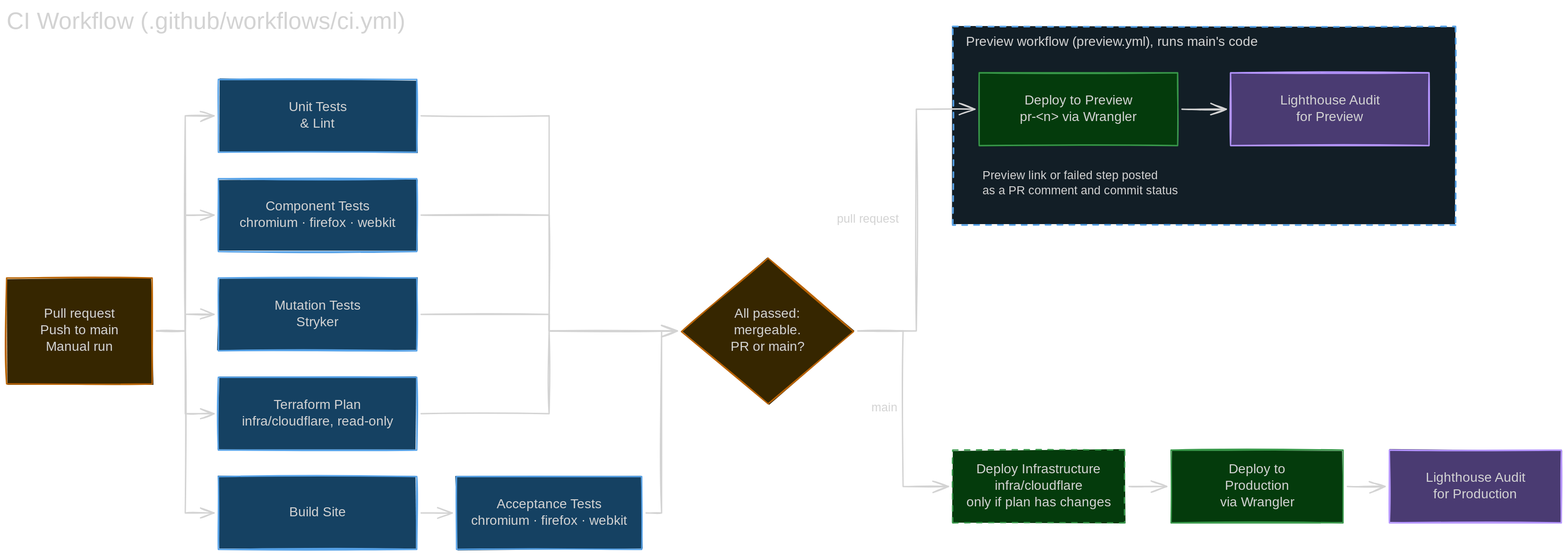
The Excalidraw diagram docs/ci-flow.svg in nikoheikkila/nikoheikkila.fi, before a commit. Source tidied: one line per element, renumbered; positions are measured from the earlier drawing's top-left corner, leaving out a move shared by most shapes.
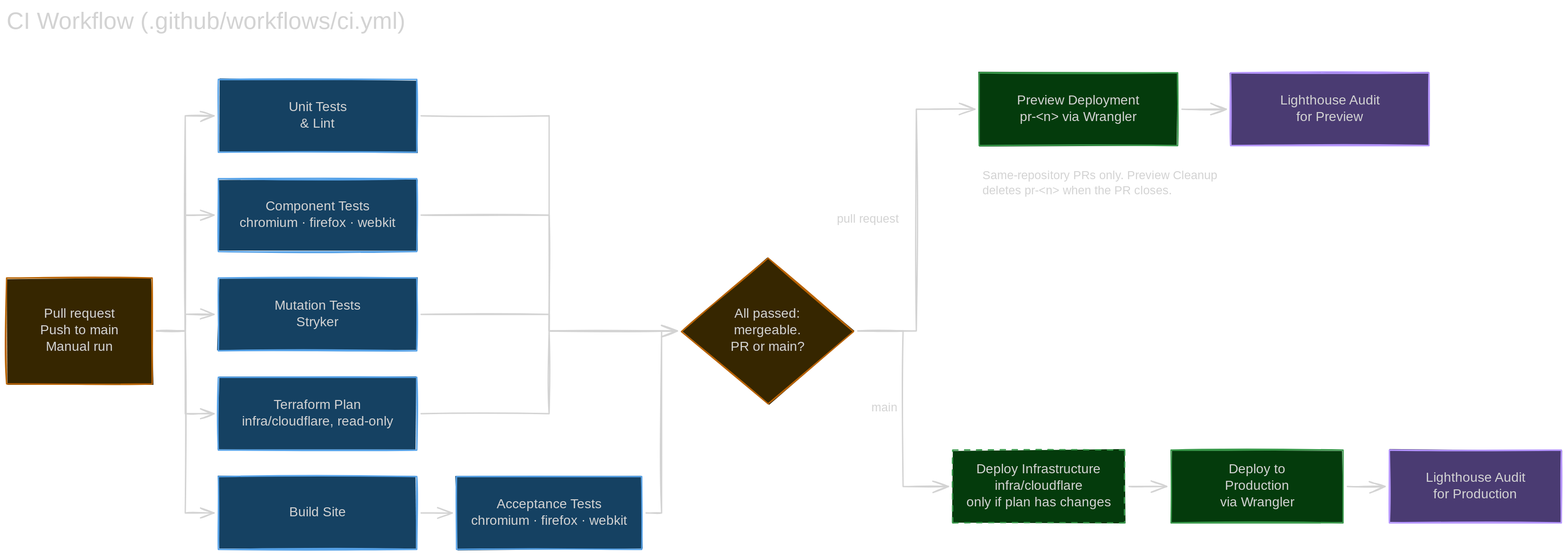
The same diagram one commit later.

The edit, as a diff of the source:
```diff
@@ -18,11 +18,9 @@
 {"id": 17, "type": "arrow", "strokeColor": "#d3d3d3", "strokeWidth": 2, "roughness": 1, "endArrowhead": "arrow", "x": 626, "y": 465, "width": 387, "height": 25, "points": [[0, 0], [194, 0], [194, 25], [387, 25]]}
 {"id": 18, "type": "arrow", "strokeColor": "#d3d3d3", "strokeWidth": 2, "roughness": 1, "endArrowhead": "arrow", "x": 626, "y": 615, "width": 387, "height": 125, "points": [[0, 0], [194, 0], [194, -125], [387, -125]]}
 {"id": 19, "type": "arrow", "strokeColor": "#d3d3d3", "strokeWidth": 2, "roughness": 1, "endArrowhead": "arrow", "x": 966, "y": 765, "width": 47, "height": 275, "points": [[0, 0], [24, 0], [24, -275], [47, -275]]}
-{"id": 20, "type": "rectangle", "strokeColor": "#56a2e8", "backgroundColor": "#121e26", "fillStyle": "solid", "strokeWidth": 2, "strokeStyle": "dashed", "roughness": 1, "x": 1430, "y": 30, "width": 760, "height": 300}
-{"id": 21, "type": "text", "text": "Preview workflow (preview.yml), runs main's code", "strokeColor": "#d3d3d3", "strokeWidth": 2, "roughness": 1, "fontSize": 20, "fontFamily": 5, "x": 1450, "y": 42, "width": 408, "height": 25}
 {"id": 22, "type": "rectangle", "strokeColor": "#39994b", "backgroundColor": "#043b0c", "fillStyle": "solid", "strokeWidth": 2, "roughness": 1, "x": 1470, "y": 100, "width": 300, "height": 110}
 {"id": 23, "type": "rectangle", "strokeColor": "#b595ff", "backgroundColor": "#4a3b72", "fillStyle": "solid", "strokeWidth": 2, "roughness": 1, "x": 1850, "y": 100, "width": 300, "height": 110}
-{"id": 24, "type": "text", "text": "Preview link or failed step posted\nas a PR comment and commit status", "strokeColor": "#d3d3d3", "strokeWidth": 2, "roughness": 1, "fontSize": 18, "fontFamily": 5, "x": 1475, "y": 245, "width": 241, "height": 45}
+{"id": 24, "type": "text", "text": "Same-repository PRs only. Preview Cleanup\ndeletes pr-<n> when the PR closes.", "strokeColor": "#d3d3d3", "strokeWidth": 2, "roughness": 1, "fontSize": 18, "fontFamily": 5, "x": 1475, "y": 245, "width": 373, "height": 45}
 {"id": 25, "type": "arrow", "strokeColor": "#d3d3d3", "strokeWidth": 2, "roughness": 1, "endArrowhead": "arrow", "x": 1286, "y": 490, "width": 177, "height": 335, "points": [[0, 0], [88, 0], [88, -335], [177, -335]]}
 {"id": 26, "type": "text", "text": "pull request", "strokeColor": "#d3d3d3", "strokeWidth": 2, "roughness": 1, "fontSize": 18, "fontFamily": 5, "x": 1255, "y": 310, "width": 84, "height": 22}
 {"id": 27, "type": "arrow", "strokeColor": "#d3d3d3", "strokeWidth": 2, "roughness": 1, "endArrowhead": "arrow", "x": 1776, "y": 155, "width": 67, "height": 0, "points": [[0, 0], [67, 0]]}
@@ -41,7 +39,7 @@
 {"id": 40, "type": "text", "text": "Build Site", "strokeColor": "#d3d3d3", "strokeWidth": 2, "roughness": 1, "fontSize": 20, "fontFamily": 5, "textAlign": "center", "verticalAlign": "middle", "inside": 10, "x": 430, "y": 752, "width": 81, "height": 25}
 {"id": 41, "type": "text", "text": "Acceptance Tests\nchromium · firefox · webkit", "strokeColor": "#d3d3d3", "strokeWidth": 2, "roughness": 1, "fontSize": 20, "fontFamily": 5, "textAlign": "center", "verticalAlign": "middle", "inside": 12, "x": 710, "y": 740, "width": 220, "height": 50}
 {"id": 42, "type": "text", "text": "All passed:\nmergeable.\nPR or main?", "strokeColor": "#d3d3d3", "strokeWidth": 2, "roughness": 1, "fontSize": 20, "fontFamily": 5, "textAlign": "center", "verticalAlign": "middle", "inside": 14, "x": 1100, "y": 452, "width": 100, "height": 75}
-{"id": 43, "type": "text", "text": "Deploy to Preview\npr-<n> via Wrangler", "strokeColor": "#d3d3d3", "strokeWidth": 2, "roughness": 1, "fontSize": 20, "fontFamily": 5, "textAlign": "center", "verticalAlign": "middle", "inside": 22, "x": 1519, "y": 130, "width": 202, "height": 50}
+{"id": 43, "type": "text", "text": "Preview Deployment\npr-<n> via Wrangler", "strokeColor": "#d3d3d3", "strokeWidth": 2, "roughness": 1, "fontSize": 20, "fontFamily": 5, "textAlign": "center", "verticalAlign": "middle", "inside": 22, "x": 1519, "y": 130, "width": 202, "height": 50}
 {"id": 44, "type": "text", "text": "Lighthouse Audit\nfor Preview", "strokeColor": "#d3d3d3", "strokeWidth": 2, "roughness": 1, "fontSize": 20, "fontFamily": 5, "textAlign": "center", "verticalAlign": "middle", "inside": 23, "x": 1930, "y": 130, "width": 141, "height": 50}
 {"id": 45, "type": "text", "text": "Deploy Infrastructure\ninfra/cloudflare\nonly if plan has changes", "strokeColor": "#d3d3d3", "strokeWidth": 2, "roughness": 1, "fontSize": 20, "fontFamily": 5, "textAlign": "center", "verticalAlign": "middle", "inside": 28, "x": 1452, "y": 688, "width": 216, "height": 75}
 {"id": 46, "type": "text", "text": "Deploy to\nProduction\nvia Wrangler", "strokeColor": "#d3d3d3", "strokeWidth": 2, "roughness": 1, "fontSize": 20, "fontFamily": 5, "textAlign": "center", "verticalAlign": "middle", "inside": 29, "x": 1846, "y": 688, "width": 88, "height": 75}
```
